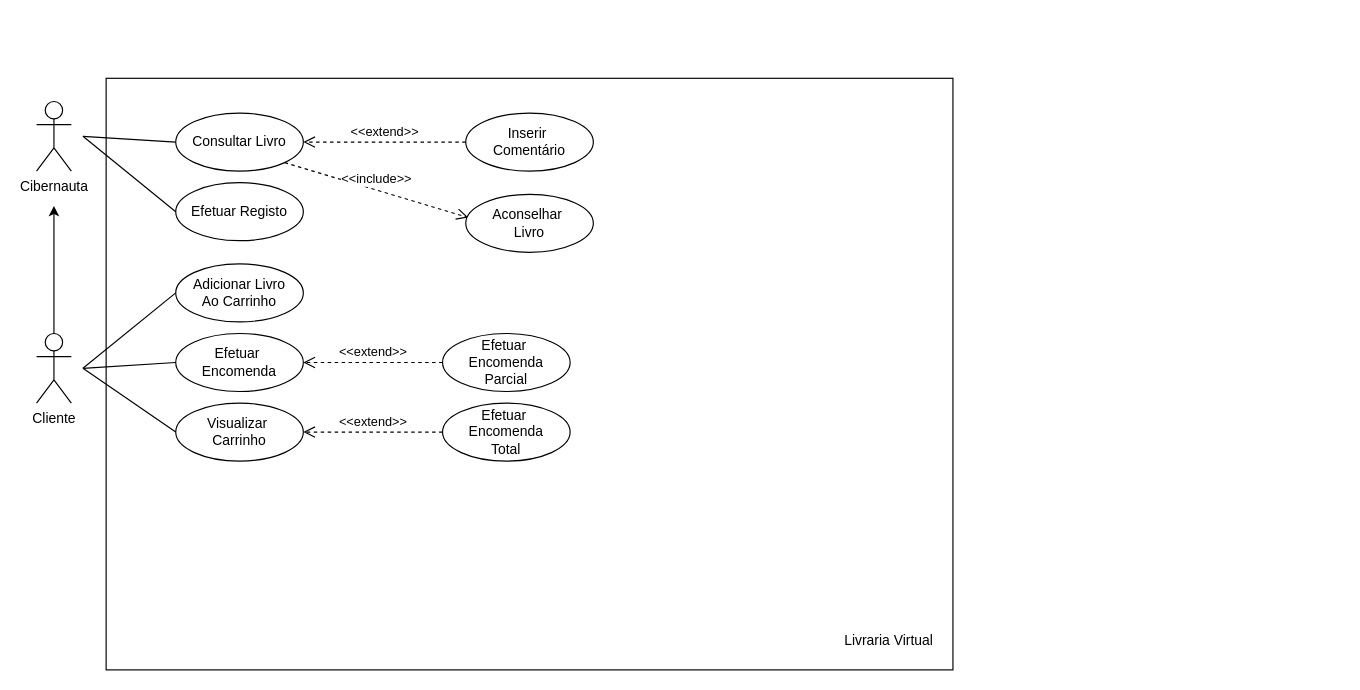
Before: MSI - Livraria Virtual 09_10_2025.drawio in GameJog/GameJog, a draw.io diagram. Source tidied: cells renumbered, new cells numbered last; positions are measured from the earlier drawing's top-left corner, leaving out a move shared by most shapes. Both pictures are drawn from the tidied source at 116%, with x=0, y=0 at pixel (36, 78).
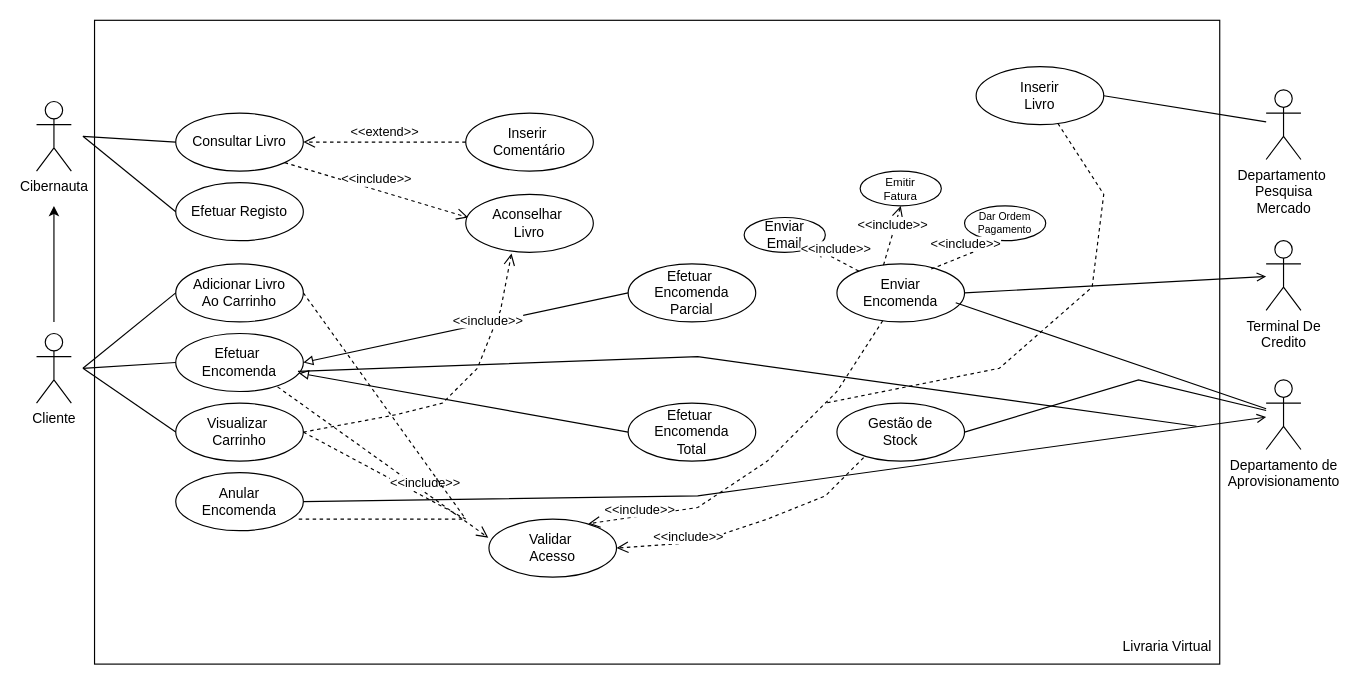
The same page after the edit.

The change refers to these unchanged cells:
```xml
<mxCell id="10" value="Aconselhar&amp;nbsp;&lt;div&gt;Livro&lt;/div&gt;" style="ellipse;whiteSpace=wrap;html=1;" parent="1" vertex="1">
  <mxGeometry x="370" y="100" width="110" height="50" as="geometry" />
</mxCell>
<mxCell id="13" value="Cliente" style="shape=umlActor;verticalLabelPosition=bottom;verticalAlign=top;html=1;outlineConnect=0;" parent="1" vertex="1">
  <mxGeometry y="220" width="30" height="60" as="geometry" />
</mxCell>
<mxCell id="14" value="Adicionar Livro&lt;div&gt;Ao Carrinho&lt;/div&gt;" style="ellipse;whiteSpace=wrap;html=1;" parent="1" vertex="1">
  <mxGeometry x="120" y="160" width="110" height="50" as="geometry" />
</mxCell>
<mxCell id="17" value="Efetuar&amp;nbsp;&lt;div&gt;Encomenda&lt;/div&gt;" style="ellipse;whiteSpace=wrap;html=1;" parent="1" vertex="1">
  <mxGeometry x="120" y="220" width="110" height="50" as="geometry" />
</mxCell>
<mxCell id="21" value="Visualizar&amp;nbsp;&lt;div&gt;Carrinho&lt;/div&gt;" style="ellipse;whiteSpace=wrap;html=1;" parent="1" vertex="1">
  <mxGeometry x="120" y="280" width="110" height="50" as="geometry" />
</mxCell>
```

Diff of the diagram source:
```diff
@@
     <mxCell id="2" style="rounded=0;whiteSpace=wrap;html=1;gradientColor=none;fillColor=none;strokeColor=default;" parent="1" vertex="1">
-      <mxGeometry x="60" width="730" height="510" as="geometry" />
+      <mxGeometry x="50" y="-50" width="970" height="555" as="geometry" />
     </mxCell>
     <mxCell id="3" value="Livraria Virtual" style="text;html=1;align=center;verticalAlign=middle;whiteSpace=wrap;rounded=0;" parent="1" vertex="1">
-      <mxGeometry x="690" y="470" width="90" height="30" as="geometry" />
+      <mxGeometry x="930" y="475" width="90" height="30" as="geometry" />
     </mxCell>
@@
-    <mxCell id="16" style="endArrow=classic;html=1;rounded=0;exitX=0.5;exitY=0;exitDx=0;exitDy=0;exitPerimeter=0;" parent="1" edge="1" source="13">
+    <mxCell id="16" style="endArrow=classic;html=1;rounded=0;" parent="1" edge="1">
       <mxGeometry relative="1" as="geometry">
+        <mxPoint x="15" y="210" as="sourcePoint" />
         <mxPoint x="15" y="110" as="targetPoint" />
       </mxGeometry>
     </mxCell>
@@
     <mxCell id="19" value="Efetuar&amp;nbsp;&lt;div&gt;Encomenda&lt;/div&gt;&lt;div&gt;Parcial&lt;/div&gt;" style="ellipse;whiteSpace=wrap;html=1;" parent="1" vertex="1">
-      <mxGeometry x="350" y="220" width="110" height="50" as="geometry" />
+      <mxGeometry x="510" y="160" width="110" height="50" as="geometry" />
     </mxCell>
-    <mxCell id="20" value="&amp;lt;&amp;lt;extend&amp;gt;&amp;gt;" style="html=1;verticalAlign=bottom;endArrow=open;dashed=1;endSize=8;curved=0;rounded=0;entryX=1;entryY=0.5;entryDx=0;entryDy=0;exitX=0;exitY=0.5;exitDx=0;exitDy=0;" parent="1" edge="1" source="19" target="17">
+    <mxCell id="20" style="html=1;verticalAlign=bottom;endArrow=block;endSize=6;curved=0;rounded=0;entryX=1;entryY=0.5;entryDx=0;entryDy=0;exitX=0;exitY=0.5;exitDx=0;exitDy=0;endFill=0;" parent="1" edge="1" source="19" target="17">
       <mxGeometry relative="1" as="geometry" />
     </mxCell>
@@
     <mxCell id="23" value="Efetuar&amp;nbsp;&lt;div&gt;Encomenda&lt;/div&gt;&lt;div&gt;Total&lt;/div&gt;" style="ellipse;whiteSpace=wrap;html=1;" parent="1" vertex="1">
-      <mxGeometry x="350" y="280" width="110" height="50" as="geometry" />
+      <mxGeometry x="510" y="280" width="110" height="50" as="geometry" />
     </mxCell>
-    <mxCell id="24" value="&amp;lt;&amp;lt;extend&amp;gt;&amp;gt;" style="html=1;verticalAlign=bottom;endArrow=open;dashed=1;endSize=8;curved=0;rounded=0;exitX=0;exitY=0.5;exitDx=0;exitDy=0;entryX=1;entryY=0.5;entryDx=0;entryDy=0;" parent="1" edge="1" source="23" target="21">
+    <mxCell id="24" style="html=1;verticalAlign=bottom;endArrow=block;curved=0;rounded=0;exitX=0;exitY=0.5;exitDx=0;exitDy=0;endFill=0;" parent="1" edge="1" source="23" target="17">
       <mxGeometry relative="1" as="geometry" />
     </mxCell>
+    <mxCell id="25" value="&amp;lt;&amp;lt;include&amp;gt;&amp;gt;" style="html=1;verticalAlign=bottom;endArrow=open;dashed=1;endSize=8;curved=0;rounded=0;exitX=1;exitY=0.5;exitDx=0;exitDy=0;entryX=0.359;entryY=1.02;entryDx=0;entryDy=0;entryPerimeter=0;" parent="1" edge="1" source="21" target="10">
+      <mxGeometry x="0.47" y="3" relative="1" as="geometry">
+        <Array as="points">
+          <mxPoint x="310" y="290" />
+          <mxPoint x="350" y="280" />
+          <mxPoint x="380" y="250" />
+          <mxPoint x="400" y="200" />
+        </Array>
+      </mxGeometry>
+    </mxCell>
+    <mxCell id="26" value="Anular&lt;div&gt;Encomenda&lt;/div&gt;" style="ellipse;whiteSpace=wrap;html=1;" parent="1" vertex="1">
+      <mxGeometry x="120" y="340" width="110" height="50" as="geometry" />
+    </mxCell>
+    <mxCell id="27" value="Departamento de&lt;div&gt;Aprovisionamento&lt;/div&gt;" style="shape=umlActor;verticalLabelPosition=bottom;verticalAlign=top;html=1;outlineConnect=0;" parent="1" vertex="1">
+      <mxGeometry x="1060" y="260" width="30" height="60" as="geometry" />
+    </mxCell>
+    <mxCell id="28" style="endArrow=open;html=1;rounded=0;exitX=1;exitY=0.5;exitDx=0;exitDy=0;endFill=0;" parent="1" edge="1" source="26" target="27">
+      <mxGeometry relative="1" as="geometry">
+        <Array as="points">
+          <mxPoint x="570" y="360" />
+        </Array>
+      </mxGeometry>
+    </mxCell>
+    <mxCell id="29" style="endArrow=none;html=1;rounded=0;exitX=0.958;exitY=0.653;exitDx=0;exitDy=0;endFill=0;exitPerimeter=0;" parent="1" edge="1" source="17">
+      <mxGeometry relative="1" as="geometry">
+        <mxPoint x="1000" y="300" as="targetPoint" />
+        <Array as="points">
+          <mxPoint x="570" y="240" />
+        </Array>
+      </mxGeometry>
+    </mxCell>
+    <mxCell id="30" value="Validar&amp;nbsp;&lt;div&gt;Acesso&lt;/div&gt;" style="ellipse;whiteSpace=wrap;html=1;" parent="1" vertex="1">
+      <mxGeometry x="390" y="380" width="110" height="50" as="geometry" />
+    </mxCell>
+    <mxCell id="31" style="html=1;verticalAlign=bottom;endArrow=open;dashed=1;endSize=8;curved=0;rounded=0;exitX=0.798;exitY=0.92;exitDx=0;exitDy=0;entryX=-0.005;entryY=0.32;entryDx=0;entryDy=0;entryPerimeter=0;exitPerimeter=0;" parent="1" edge="1" source="17" target="30">
+      <mxGeometry x="0.47" y="3" relative="1" as="geometry" />
+    </mxCell>
+    <mxCell id="32" value="&amp;lt;&amp;lt;include&amp;gt;&amp;gt;" style="html=1;verticalAlign=bottom;endArrow=none;dashed=1;endSize=8;curved=0;rounded=0;exitX=1;exitY=0.5;exitDx=0;exitDy=0;endFill=0;" parent="1" edge="1" source="21">
+      <mxGeometry x="0.47" y="3" relative="1" as="geometry">
+        <mxPoint x="370" y="380" as="targetPoint" />
+      </mxGeometry>
+    </mxCell>
+    <mxCell id="33" style="html=1;verticalAlign=bottom;endArrow=none;dashed=1;endSize=8;curved=0;rounded=0;exitX=1;exitY=0.5;exitDx=0;exitDy=0;endFill=0;" parent="1" edge="1" source="14">
+      <mxGeometry x="0.47" y="3" relative="1" as="geometry">
+        <mxPoint x="370" y="380" as="targetPoint" />
+      </mxGeometry>
+    </mxCell>
+    <mxCell id="34" value="Enviar&lt;div&gt;Encomenda&lt;/div&gt;" style="ellipse;whiteSpace=wrap;html=1;" parent="1" vertex="1">
+      <mxGeometry x="690" y="160" width="110" height="50" as="geometry" />
+    </mxCell>
+    <mxCell id="35" value="Gestão de&lt;div&gt;Stock&lt;/div&gt;" style="ellipse;whiteSpace=wrap;html=1;" parent="1" vertex="1">
+      <mxGeometry x="690" y="280" width="110" height="50" as="geometry" />
+    </mxCell>
+    <mxCell id="36" value="&amp;lt;&amp;lt;include&amp;gt;&amp;gt;" style="html=1;verticalAlign=bottom;endArrow=open;dashed=1;endSize=8;curved=0;rounded=0;exitX=0.209;exitY=0.94;exitDx=0;exitDy=0;endFill=0;exitPerimeter=0;entryX=1;entryY=0.5;entryDx=0;entryDy=0;" parent="1" edge="1" source="35" target="30">
+      <mxGeometry x="0.47" y="3" relative="1" as="geometry">
+        <Array as="points">
+          <mxPoint x="680" y="360" />
+          <mxPoint x="630" y="380" />
+          <mxPoint x="570" y="400" />
+        </Array>
+      </mxGeometry>
+    </mxCell>
+    <mxCell id="37" style="html=1;verticalAlign=bottom;endArrow=none;dashed=1;endSize=8;curved=0;rounded=0;exitX=0.964;exitY=0.8;exitDx=0;exitDy=0;endFill=0;exitPerimeter=0;" parent="1" edge="1" source="26">
+      <mxGeometry x="0.47" y="3" relative="1" as="geometry">
+        <mxPoint x="370" y="380" as="targetPoint" />
+      </mxGeometry>
+    </mxCell>
+    <mxCell id="38" value="&amp;lt;&amp;lt;include&amp;gt;&amp;gt;" style="html=1;verticalAlign=bottom;endArrow=open;dashed=1;endSize=8;curved=0;rounded=0;endFill=0;entryX=0.779;entryY=0.08;entryDx=0;entryDy=0;entryPerimeter=0;" parent="1" edge="1" source="34" target="30">
+      <mxGeometry x="0.73" y="3" relative="1" as="geometry">
+        <Array as="points">
+          <mxPoint x="690" y="270" />
+          <mxPoint x="630" y="330" />
+          <mxPoint x="570" y="370" />
+        </Array>
+      </mxGeometry>
+    </mxCell>
+    <mxCell id="39" value="Enviar&lt;div&gt;Email&lt;/div&gt;" style="ellipse;whiteSpace=wrap;html=1;" parent="1" vertex="1">
+      <mxGeometry x="610" y="120" width="70" height="30" as="geometry" />
+    </mxCell>
+    <mxCell id="40" value="Emitir&lt;div&gt;Fatura&lt;/div&gt;" style="ellipse;whiteSpace=wrap;html=1;fontSize=10;" parent="1" vertex="1">
+      <mxGeometry x="710" y="80" width="70" height="30" as="geometry" />
+    </mxCell>
+    <mxCell id="41" value="&lt;font&gt;Dar Ordem&lt;/font&gt;&lt;div&gt;&lt;font&gt;Pagamento&lt;/font&gt;&lt;/div&gt;" style="ellipse;whiteSpace=wrap;html=1;fontSize=9;" parent="1" vertex="1">
+      <mxGeometry x="800" y="110" width="70" height="30" as="geometry" />
+    </mxCell>
+    <mxCell id="42" value="&amp;lt;&amp;lt;include&amp;gt;&amp;gt;" style="html=1;verticalAlign=bottom;endArrow=open;dashed=1;endSize=8;curved=0;rounded=0;entryX=1;entryY=1;entryDx=0;entryDy=0;" parent="1" edge="1" source="34" target="39">
+      <mxGeometry relative="1" as="geometry" />
+    </mxCell>
+    <mxCell id="43" value="&amp;lt;&amp;lt;include&amp;gt;&amp;gt;" style="html=1;verticalAlign=bottom;endArrow=open;dashed=1;endSize=8;curved=0;rounded=0;exitX=0.739;exitY=0.089;exitDx=0;exitDy=0;entryX=0.439;entryY=1.014;entryDx=0;entryDy=0;entryPerimeter=0;exitPerimeter=0;" parent="1" edge="1" source="34" target="41">
+      <mxGeometry relative="1" as="geometry" />
+    </mxCell>
+    <mxCell id="44" value="&amp;lt;&amp;lt;include&amp;gt;&amp;gt;" style="html=1;verticalAlign=bottom;endArrow=open;dashed=1;endSize=8;curved=0;rounded=0;exitX=0.365;exitY=0.02;exitDx=0;exitDy=0;entryX=0.5;entryY=1;entryDx=0;entryDy=0;exitPerimeter=0;" parent="1" edge="1" source="34" target="40">
+      <mxGeometry relative="1" as="geometry" />
+    </mxCell>
+    <mxCell id="45" value="Inserir&lt;div&gt;Livro&lt;/div&gt;" style="ellipse;whiteSpace=wrap;html=1;" parent="1" vertex="1">
+      <mxGeometry x="810" y="-10" width="110" height="50" as="geometry" />
+    </mxCell>
+    <mxCell id="46" style="html=1;verticalAlign=bottom;endArrow=none;dashed=1;endSize=8;curved=0;rounded=0;endFill=0;" parent="1" edge="1" source="45">
+      <mxGeometry relative="1" as="geometry">
+        <mxPoint x="680" y="280" as="targetPoint" />
+        <Array as="points">
+          <mxPoint x="920" y="100" />
+          <mxPoint x="910" y="180" />
+          <mxPoint x="830" y="250" />
+        </Array>
+      </mxGeometry>
+    </mxCell>
+    <mxCell id="47" style="endArrow=none;html=1;rounded=0;exitX=1;exitY=0.5;exitDx=0;exitDy=0;" parent="1" edge="1" source="35" target="27">
+      <mxGeometry relative="1" as="geometry">
+        <Array as="points">
+          <mxPoint x="950" y="260" />
+        </Array>
+      </mxGeometry>
+    </mxCell>
+    <mxCell id="48" style="endArrow=none;html=1;rounded=0;entryX=0.931;entryY=0.671;entryDx=0;entryDy=0;entryPerimeter=0;" parent="1" edge="1" source="27" target="34">
+      <mxGeometry relative="1" as="geometry" />
+    </mxCell>
+    <mxCell id="49" value="Terminal De&lt;div&gt;Credito&lt;/div&gt;" style="shape=umlActor;verticalLabelPosition=bottom;verticalAlign=top;html=1;outlineConnect=0;" parent="1" vertex="1">
+      <mxGeometry x="1060" y="140" width="30" height="60" as="geometry" />
+    </mxCell>
+    <mxCell id="50" style="endArrow=open;html=1;rounded=0;exitX=1;exitY=0.5;exitDx=0;exitDy=0;endFill=0;" parent="1" edge="1" source="34" target="49">
+      <mxGeometry relative="1" as="geometry" />
+    </mxCell>
+    <mxCell id="51" value="Departamento&amp;nbsp;&lt;div&gt;Pesquisa&lt;/div&gt;&lt;div&gt;Mercado&lt;/div&gt;" style="shape=umlActor;verticalLabelPosition=bottom;verticalAlign=top;html=1;outlineConnect=0;" parent="1" vertex="1">
+      <mxGeometry x="1060" y="10" width="30" height="60" as="geometry" />
+    </mxCell>
+    <mxCell id="52" style="endArrow=none;html=1;rounded=0;entryX=1;entryY=0.5;entryDx=0;entryDy=0;" parent="1" edge="1" source="51" target="45">
+      <mxGeometry relative="1" as="geometry" />
+    </mxCell>
```
